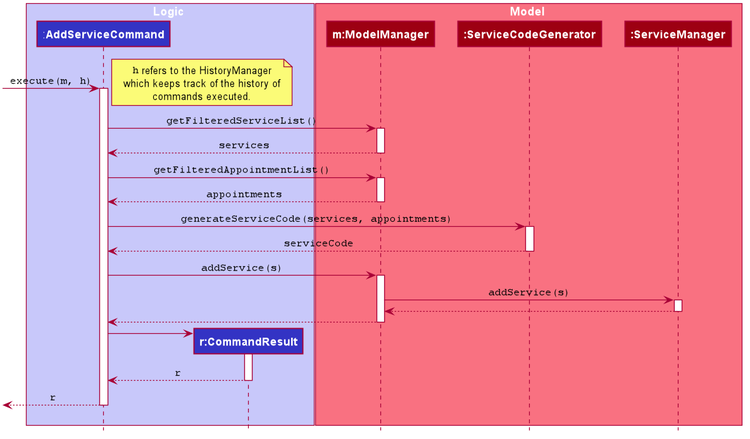
This is docs/images/service/AddServiceSequenceDiagram.png from yanlynnnnn/tp, a PlantUML export, as it was before one commit.
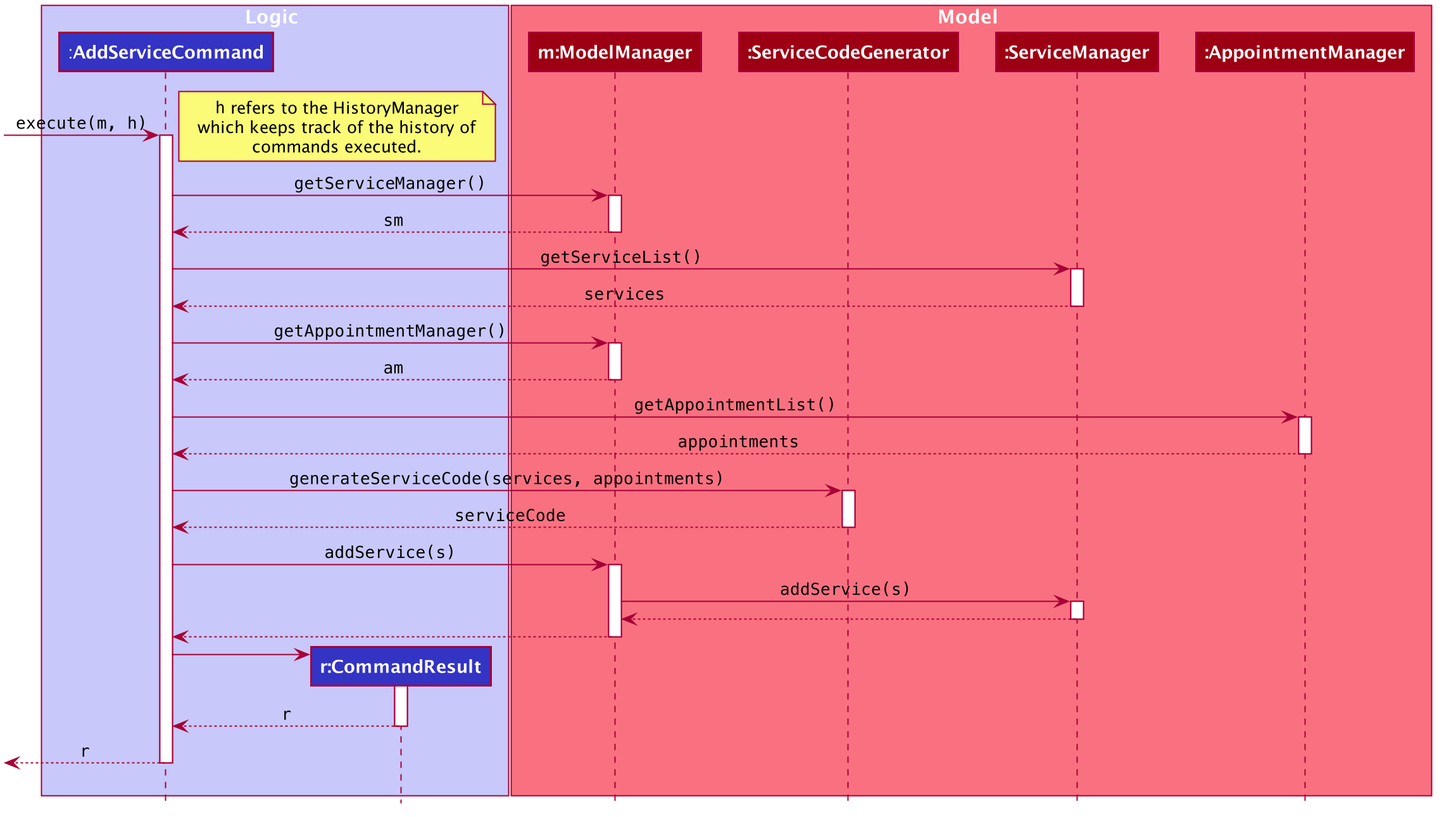
The same file after the commit.

Commit message:
Update add service sequence diagram

The edit, as a diff of the source:
```diff
@@ -59,6 +59,7 @@
 participant "**m:ModelManager**" as ModelManager #9D0012
 participant "**:ServiceCodeGenerator**" as ServiceCodeGenerator #9D0012
 participant "**:ServiceManager**" as ServiceManager #9D0012
+participant "**:AppointmentManager**" as AppointmentManager #9D0012
 end box
 
 [-> AddServiceCommand : ""execute(m, h)""
@@ -70,15 +71,26 @@
 commands executed.
 end note
 
-AddServiceCommand -> ModelManager : ""getFilteredServiceList()""
+AddServiceCommand -> ModelManager : ""getServiceManager()""
 activate ModelManager
-AddServiceCommand <-- ModelManager: ""services""
+AddServiceCommand <-- ModelManager: ""sm""
 deactivate ModelManager
 
-AddServiceCommand -> ModelManager : ""getFilteredAppointmentList()""
+AddServiceCommand -> ServiceManager : ""getServiceList()""
+activate ServiceManager
+AddServiceCommand <-- ServiceManager : ""services""
+deactivate ServiceManager
+
+AddServiceCommand -> ModelManager : ""getAppointmentManager()""
 activate ModelManager
-AddServiceCommand <-- ModelManager: ""appointments""
+AddServiceCommand <-- ModelManager: ""am""
 deactivate ModelManager
+
+AddServiceCommand -> AppointmentManager : ""getAppointmentList()""
+activate AppointmentManager
+AddServiceCommand <-- AppointmentManager : ""appointments""
+deactivate AppointmentManager
+
 AddServiceCommand -> ServiceCodeGenerator: ""generateServiceCode(services, appointments)""
 
 activate ServiceCodeGenerator
```
